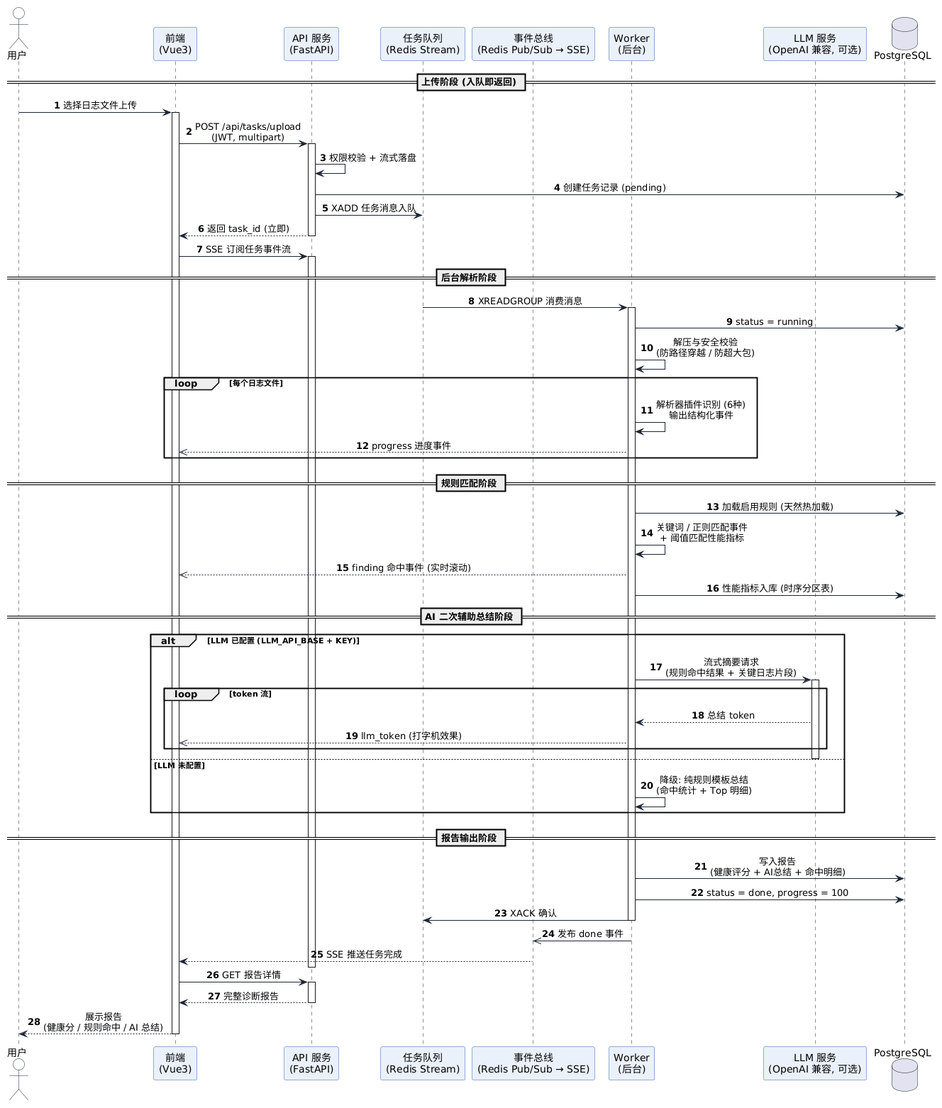
Before: docs/diagrams/时序图-日志智能分析诊断.png, a diagram exported from PlantUML (openeuler-mirror/log-insight).
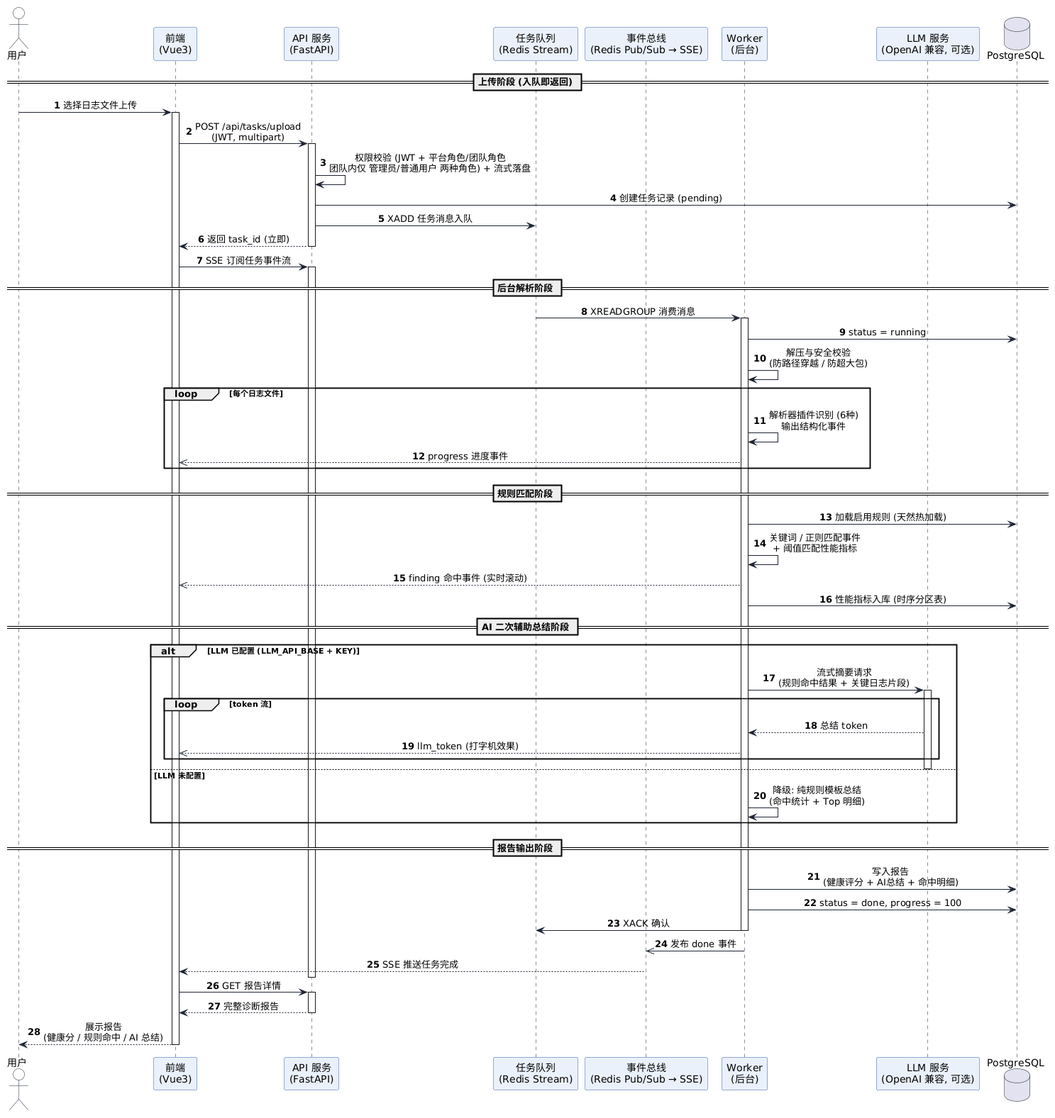
After the commit.

What changed in the source:
```diff
@@ -23,7 +23,7 @@
 activate web
 web -> api : POST /api/tasks/upload\n(JWT, multipart)
 activate api
-api -> api : 权限校验 + 流式落盘
+api -> api : 权限校验 (JWT + 平台角色/团队角色\n团队内仅 管理员/普通用户 两种角色) + 流式落盘
 api -> db : 创建任务记录 (pending)
 api -> mq : XADD 任务消息入队
 api --> web : 返回 task_id (立即)
```
